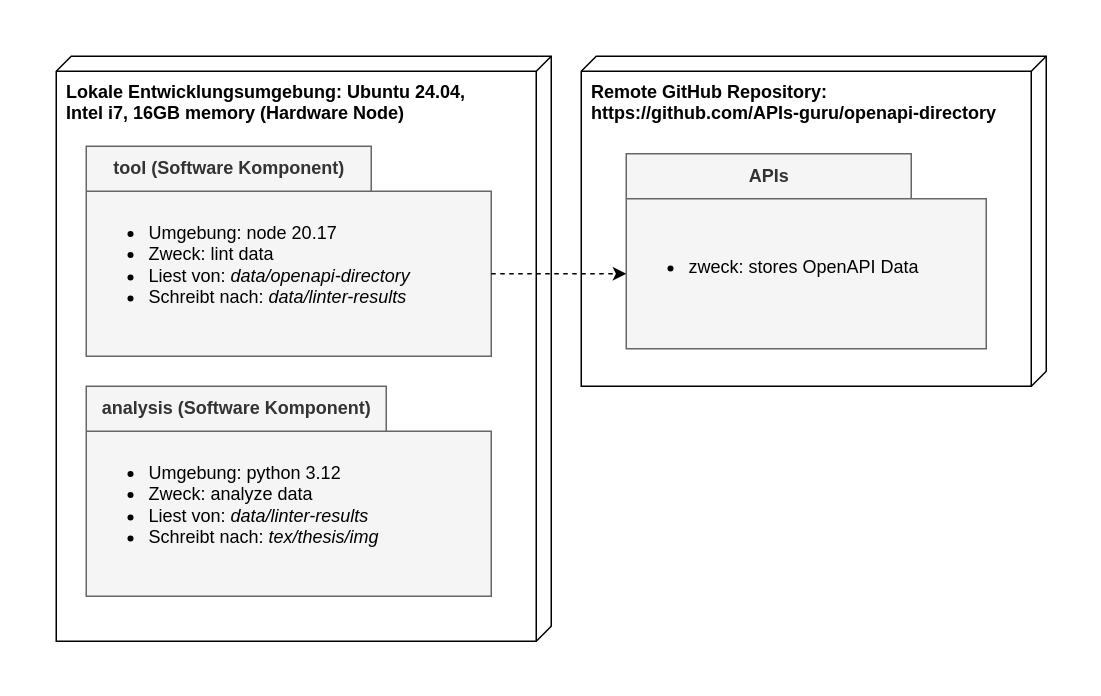
Above: requirements/diagram/deploymentview.drawio in paulbrenker/thesis (draw.io), before the change. Source tidied: cells renumbered, new cells numbered last; positions are measured from the earlier drawing's top-left corner, leaving out a move shared by most shapes. Both pictures are drawn from the tidied source at 150%, with x=0, y=0 at pixel (26, 26).
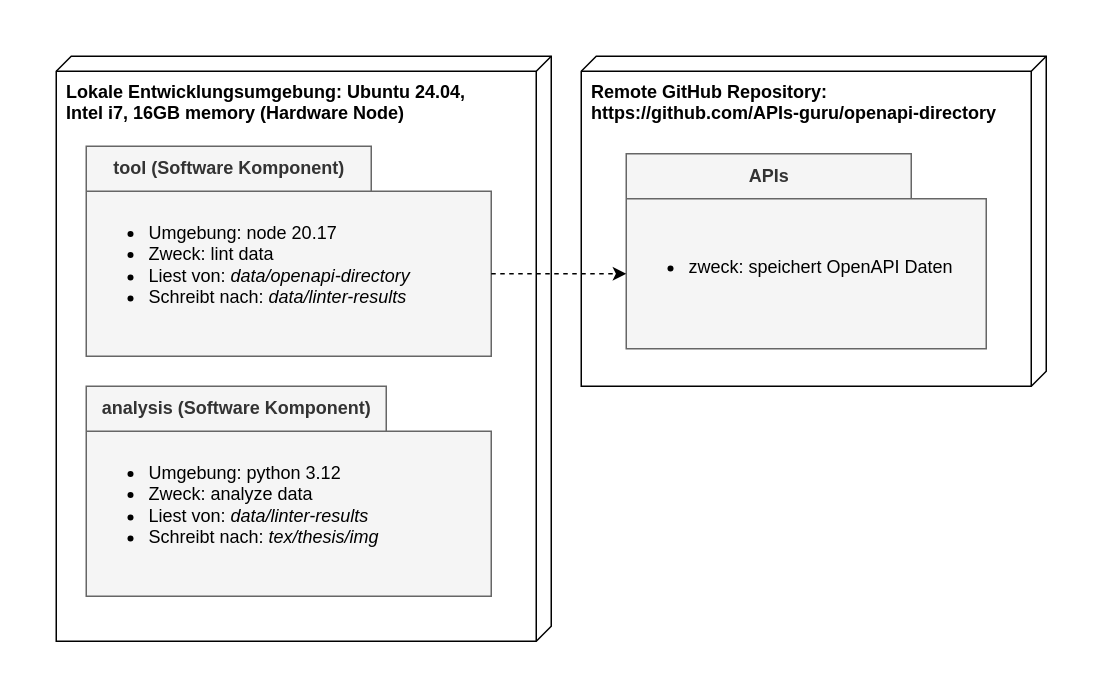
The same page after the edit.

What changed in the source:
```diff
@@
 <mxGraphModel>
   <root>
     <mxCell id="0" />
     <mxCell id="1" parent="0" />
     <mxCell id="2" style="rounded=0;whiteSpace=wrap;html=1;strokeWidth=0;strokeColor=none;" parent="1" vertex="1">
       <mxGeometry width="700" height="430" as="geometry" />
     </mxCell>
     <mxCell id="3" value="&lt;b&gt;Lokale Entwicklungsumgebung: Ubuntu 24.04,&amp;nbsp;&lt;br&gt;Intel i7, 16GB memory (Hardware Node)&lt;/b&gt;" style="verticalAlign=top;align=left;shape=cube;size=10;direction=south;fontStyle=0;html=1;boundedLbl=1;spacingLeft=5;" parent="1" vertex="1">
       <mxGeometry x="20" y="20" width="330" height="390" as="geometry" />
     </mxCell>
     <mxCell id="4" value="tool (Software Komponent)" style="shape=folder;fontStyle=1;tabWidth=190;tabHeight=30;tabPosition=left;html=1;boundedLbl=1;labelInHeader=1;fillColor=#f5f5f5;fontColor=#333333;strokeColor=#666666;" parent="1" vertex="1">
       <mxGeometry x="40" y="80" width="270" height="140" as="geometry" />
     </mxCell>
     <mxCell id="5" value="&lt;ul&gt;&lt;li&gt;Umgebung: node 20.17&lt;/li&gt;&lt;li&gt;Zweck: lint data&lt;i&gt;&lt;br&gt;&lt;/i&gt;&lt;/li&gt;&lt;li&gt;Liest von:&amp;nbsp;&lt;i&gt;data/openapi-directory&lt;/i&gt;&lt;/li&gt;&lt;li&gt;Schreibt nach:&amp;nbsp;&lt;i&gt;data/linter-results&lt;/i&gt;&lt;/li&gt;&lt;/ul&gt;" style="html=1;strokeColor=none;fillColor=none;align=left;" parent="4" vertex="1">
       <mxGeometry width="270" height="98" relative="1" as="geometry">
         <mxPoint y="30" as="offset" />
       </mxGeometry>
     </mxCell>
     <mxCell id="6" value="analysis (Software Komponent)" style="shape=folder;fontStyle=1;tabWidth=200;tabHeight=30;tabPosition=left;html=1;boundedLbl=1;labelInHeader=1;fillColor=#f5f5f5;fontColor=#333333;strokeColor=#666666;" parent="1" vertex="1">
       <mxGeometry x="40" y="240" width="270" height="140" as="geometry" />
     </mxCell>
     <mxCell id="7" value="&lt;ul&gt;&lt;li&gt;Umgebung: python 3.12&lt;/li&gt;&lt;li&gt;Zweck: analyze data&lt;/li&gt;&lt;li&gt;Liest von: &lt;i&gt;data/linter-results&lt;/i&gt;&lt;/li&gt;&lt;li&gt;Schreibt nach: &lt;i&gt;tex/thesis/img&lt;/i&gt;&lt;/li&gt;&lt;/ul&gt;" style="html=1;strokeColor=none;fillColor=none;align=left;" parent="6" vertex="1">
       <mxGeometry width="270" height="98" relative="1" as="geometry">
         <mxPoint y="30" as="offset" />
       </mxGeometry>
     </mxCell>
     <mxCell id="8" value="&lt;b&gt;Remote GitHub Repository:&amp;nbsp;&lt;br&gt;https://github.com/APIs-guru/openapi-directory&lt;/b&gt;" style="verticalAlign=top;align=left;shape=cube;size=10;direction=south;fontStyle=0;html=1;boundedLbl=1;spacingLeft=5;" parent="1" vertex="1">
       <mxGeometry x="370" y="20" width="310" height="220" as="geometry" />
     </mxCell>
     <mxCell id="9" value="APIs" style="shape=folder;fontStyle=1;tabWidth=190;tabHeight=30;tabPosition=left;html=1;boundedLbl=1;labelInHeader=1;fillColor=#f5f5f5;fontColor=#333333;strokeColor=#666666;" parent="1" vertex="1">
       <mxGeometry x="400" y="85" width="240" height="130" as="geometry" />
     </mxCell>
-    <mxCell id="10" value="&lt;ul&gt;&lt;li&gt;&lt;span style=&quot;background-color: initial;&quot;&gt;zweck: stores OpenAPI Data&lt;/span&gt;&lt;/li&gt;&lt;/ul&gt;" style="html=1;strokeColor=none;fillColor=none;align=left;" parent="9" vertex="1">
+    <mxCell id="10" value="&lt;ul&gt;&lt;li&gt;&lt;span style=&quot;background-color: initial;&quot;&gt;zweck: speichert OpenAPI Daten&lt;/span&gt;&lt;/li&gt;&lt;/ul&gt;" style="html=1;strokeColor=none;fillColor=none;align=left;" parent="9" vertex="1">
       <mxGeometry width="240" height="91" relative="1" as="geometry">
         <mxPoint y="30" as="offset" />
       </mxGeometry>
     </mxCell>
     <mxCell id="11" style="endArrow=classic;html=1;exitX=0;exitY=0;exitDx=270;exitDy=85;exitPerimeter=0;entryX=0;entryY=0;entryDx=0;entryDy=80;entryPerimeter=0;dashed=1;" parent="1" edge="1" source="4" target="9">
       <mxGeometry relative="1" as="geometry" />
     </mxCell>
   </root>
 </mxGraphModel>
```
